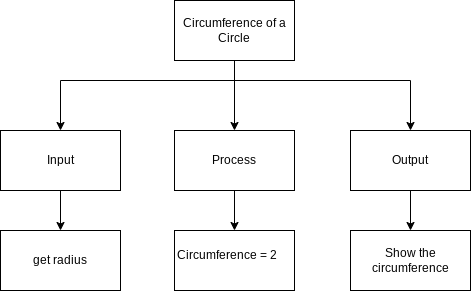
joannesanthosh/ICS3U-Unit2-03-Python keeps this draw.io diagram as top_down.png. Above is the earlier version. Source tidied: cells renumbered, new cells last; positions are measured from the earlier drawing's top-left corner, leaving out a move shared by most shapes. Its diagram source:
```xml
<mxGraphModel>
  <root>
    <mxCell id="0" />
    <mxCell id="1" parent="0" />
    <mxCell id="2" style="edgeStyle=none;html=1;exitX=0.5;exitY=1;exitDx=0;exitDy=0;entryX=0.5;entryY=0;entryDx=0;entryDy=0;" parent="1" edge="1" source="5" target="9">
      <mxGeometry relative="1" as="geometry" />
    </mxCell>
    <mxCell id="3" style="edgeStyle=orthogonalEdgeStyle;html=1;exitX=0.5;exitY=1;exitDx=0;exitDy=0;rounded=0;" parent="1" edge="1" source="5" target="7">
      <mxGeometry relative="1" as="geometry">
        <Array as="points">
          <mxPoint x="234" y="80" />
          <mxPoint x="60" y="80" />
        </Array>
      </mxGeometry>
    </mxCell>
    <mxCell id="4" style="edgeStyle=orthogonalEdgeStyle;rounded=0;html=1;exitX=0.5;exitY=1;exitDx=0;exitDy=0;" parent="1" edge="1" source="5" target="11">
      <mxGeometry relative="1" as="geometry">
        <Array as="points">
          <mxPoint x="234" y="80" />
          <mxPoint x="410" y="80" />
        </Array>
      </mxGeometry>
    </mxCell>
    <mxCell id="5" value="Circumference of a Circle" style="whiteSpace=wrap;html=1;" parent="1" vertex="1">
      <mxGeometry x="174" width="120" height="60" as="geometry" />
    </mxCell>
    <mxCell id="6" style="edgeStyle=orthogonalEdgeStyle;rounded=0;html=1;exitX=0.5;exitY=1;exitDx=0;exitDy=0;entryX=0.5;entryY=0;entryDx=0;entryDy=0;" parent="1" edge="1" source="7" target="12">
      <mxGeometry relative="1" as="geometry" />
    </mxCell>
    <mxCell id="7" value="Input" style="whiteSpace=wrap;html=1;" parent="1" vertex="1">
      <mxGeometry y="130" width="120" height="60" as="geometry" />
    </mxCell>
    <mxCell id="8" style="edgeStyle=orthogonalEdgeStyle;rounded=0;html=1;exitX=0.5;exitY=1;exitDx=0;exitDy=0;entryX=0.5;entryY=0;entryDx=0;entryDy=0;fontColor=#FFFFFF;" parent="1" edge="1" source="9" target="13">
      <mxGeometry relative="1" as="geometry" />
    </mxCell>
    <mxCell id="9" value="Process" style="whiteSpace=wrap;html=1;" parent="1" vertex="1">
      <mxGeometry x="174" y="130" width="120" height="60" as="geometry" />
    </mxCell>
    <mxCell id="10" style="edgeStyle=orthogonalEdgeStyle;rounded=0;html=1;exitX=0.5;exitY=1;exitDx=0;exitDy=0;entryX=0.5;entryY=0;entryDx=0;entryDy=0;fontColor=#FFFFFF;" parent="1" edge="1" source="11" target="14">
      <mxGeometry relative="1" as="geometry" />
    </mxCell>
    <mxCell id="11" value="Output" style="whiteSpace=wrap;html=1;" parent="1" vertex="1">
      <mxGeometry x="350" y="130" width="120" height="60" as="geometry" />
    </mxCell>
    <mxCell id="12" value="get radius" style="whiteSpace=wrap;html=1;" parent="1" vertex="1">
      <mxGeometry y="230" width="120" height="60" as="geometry" />
    </mxCell>
    <mxCell id="13" value="Circumference = 2&lt;span id=&quot;docs-internal-guid-2d293025-7fff-03f9-727d-b275a2b7d787&quot;&gt;&lt;span style=&quot;font-size: 11pt ; font-family: &amp;#34;helvetica neue&amp;#34; , sans-serif ; background-color: transparent ; vertical-align: baseline&quot;&gt;&lt;font color=&quot;#ffffff&quot;&gt;πr&lt;/font&gt;&lt;/span&gt;&lt;/span&gt;&lt;br&gt;&amp;nbsp;" style="whiteSpace=wrap;html=1;" parent="1" vertex="1">
      <mxGeometry x="174" y="230" width="120" height="60" as="geometry" />
    </mxCell>
    <mxCell id="14" value="Show the circumference" style="whiteSpace=wrap;html=1;" parent="1" vertex="1">
      <mxGeometry x="350" y="230" width="120" height="60" as="geometry" />
    </mxCell>
  </root>
</mxGraphModel>
```
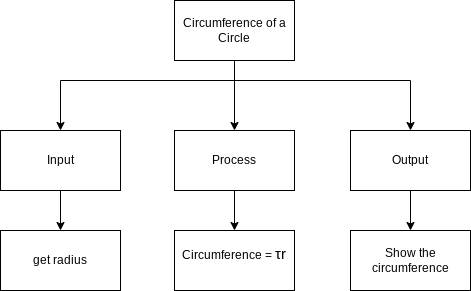
The same diagram one commit later.

Change to the diagram source:
```diff
@@ -45,7 +45,7 @@
     <mxCell id="12" value="get radius" style="whiteSpace=wrap;html=1;" parent="1" vertex="1">
       <mxGeometry y="230" width="120" height="60" as="geometry" />
     </mxCell>
-    <mxCell id="13" value="Circumference = 2&lt;span id=&quot;docs-internal-guid-2d293025-7fff-03f9-727d-b275a2b7d787&quot;&gt;&lt;span style=&quot;font-size: 11pt ; font-family: &amp;#34;helvetica neue&amp;#34; , sans-serif ; background-color: transparent ; vertical-align: baseline&quot;&gt;&lt;font color=&quot;#ffffff&quot;&gt;πr&lt;/font&gt;&lt;/span&gt;&lt;/span&gt;&lt;br&gt;&amp;nbsp;" style="whiteSpace=wrap;html=1;" parent="1" vertex="1">
+    <mxCell id="13" value="Circumference = &lt;span style=&quot;font-family: &amp;#34;lato&amp;#34; , sans-serif ; font-size: 14.6667px ; text-align: left&quot;&gt;τr&lt;/span&gt;&lt;br&gt;&amp;nbsp;" style="whiteSpace=wrap;html=1;" parent="1" vertex="1">
       <mxGeometry x="174" y="230" width="120" height="60" as="geometry" />
     </mxCell>
     <mxCell id="14" value="Show the circumference" style="whiteSpace=wrap;html=1;" parent="1" vertex="1">
```
